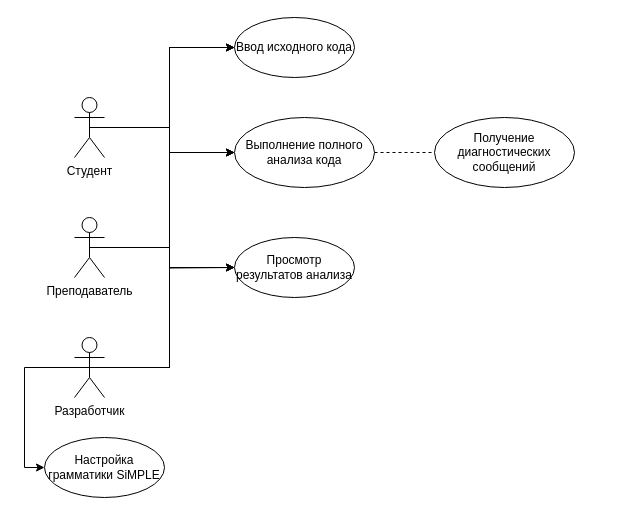
This is Диаграмма без названия.drawio from softqwak/MSPIST, a draw.io file, before an edit. Source tidied: cells renumbered, new cells numbered last; positions are measured from the earlier drawing's top-left corner, leaving out a move shared by most shapes. Both pictures are drawn from the tidied source at 100%, with x=0, y=0 at pixel (24, 17).
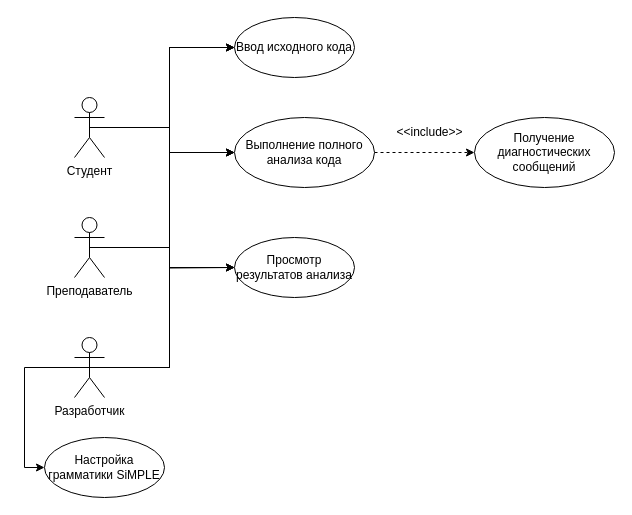
After the change.

The change refers to these unchanged cells:
```xml
<mxCell id="16" value="Выполнение полного анализа кода" style="ellipse;whiteSpace=wrap;html=1;" parent="1" vertex="1">
  <mxGeometry x="210" y="100" width="140" height="70" as="geometry" />
</mxCell>
```

The edit, as a diff of the source:
```diff
@@
+    <mxCell id="20" style="edgeStyle=orthogonalEdgeStyle;rounded=0;jettySize=auto;html=1;exitX=1;exitY=0.5;exitDx=0;exitDy=0;entryX=0;entryY=0.5;entryDx=0;entryDy=0;dashed=1;" parent="1" edge="1" source="16" target="19">
+      <mxGeometry relative="1" as="geometry" />
+    </mxCell>
@@
     <mxCell id="19" value="Получение диагностических сообщений" style="ellipse;whiteSpace=wrap;html=1;" parent="1" vertex="1">
-      <mxGeometry x="410" y="100" width="140" height="70" as="geometry" />
+      <mxGeometry x="450" y="100" width="140" height="70" as="geometry" />
     </mxCell>
-    <mxCell id="20" style="endArrow=none;dashed=1;html=1;rounded=0;entryX=0;entryY=0.5;entryDx=0;entryDy=0;exitX=1;exitY=0.5;exitDx=0;exitDy=0;" parent="1" edge="1" source="16" target="19">
-      <mxGeometry relative="1" as="geometry" />
-    </mxCell>
+    <mxCell id="21" value="&amp;lt;&amp;lt;include&amp;gt;&amp;gt;" style="text;html=1;align=center;verticalAlign=middle;strokeColor=none;fillColor=none;" parent="1" vertex="1">
+      <mxGeometry x="360" y="100" width="90" height="30" as="geometry" />
+    </mxCell>
```
